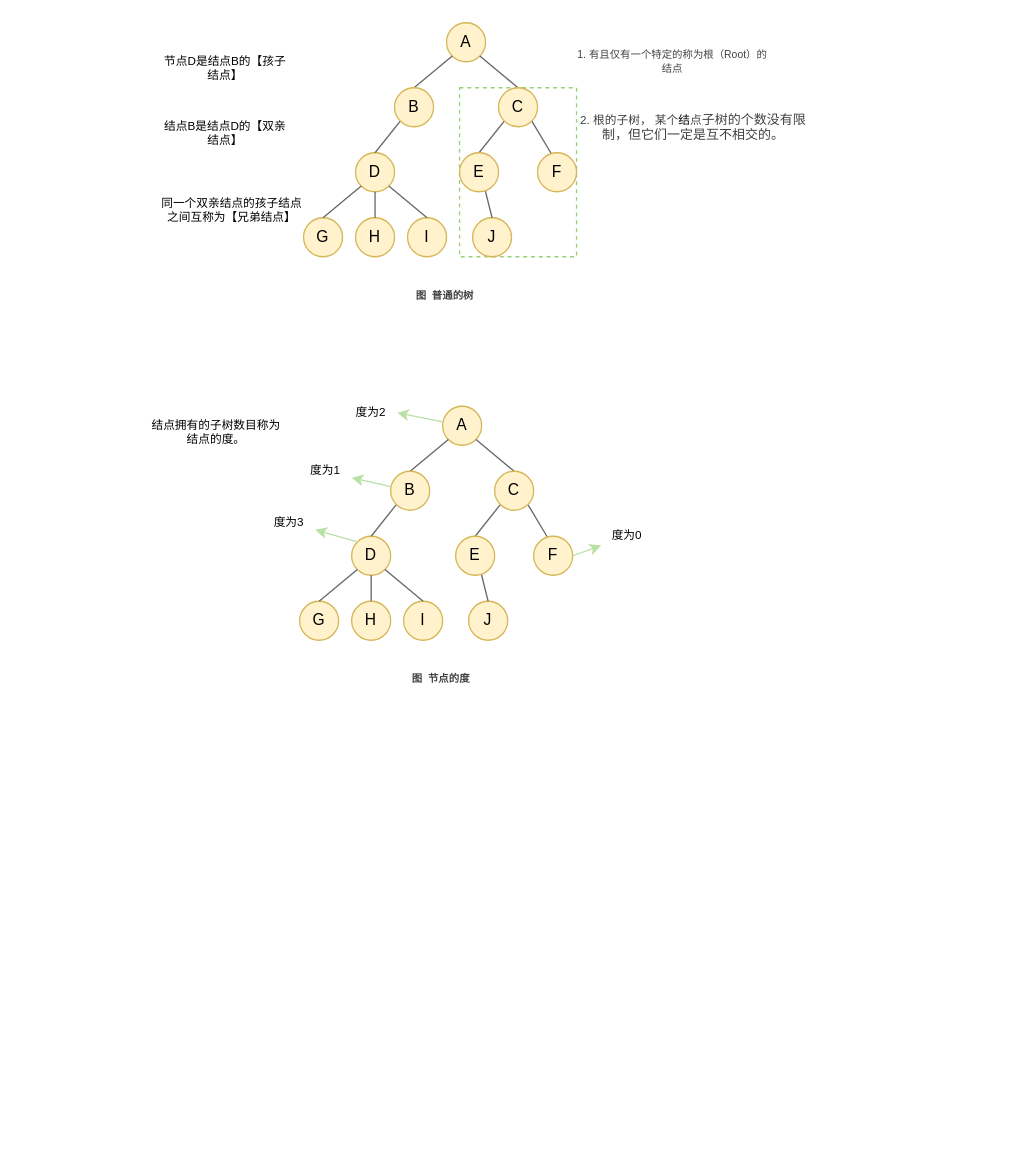
Above: Untitled Diagram.drawio in pandongfeng/diligence (draw.io), before the change. Source tidied: cells renumbered, new cells numbered last; positions are measured from the earlier drawing's top-left corner, leaving out a move shared by most shapes. Both pictures are drawn from the tidied source at 130%, with x=0, y=0 at pixel (147, 22).
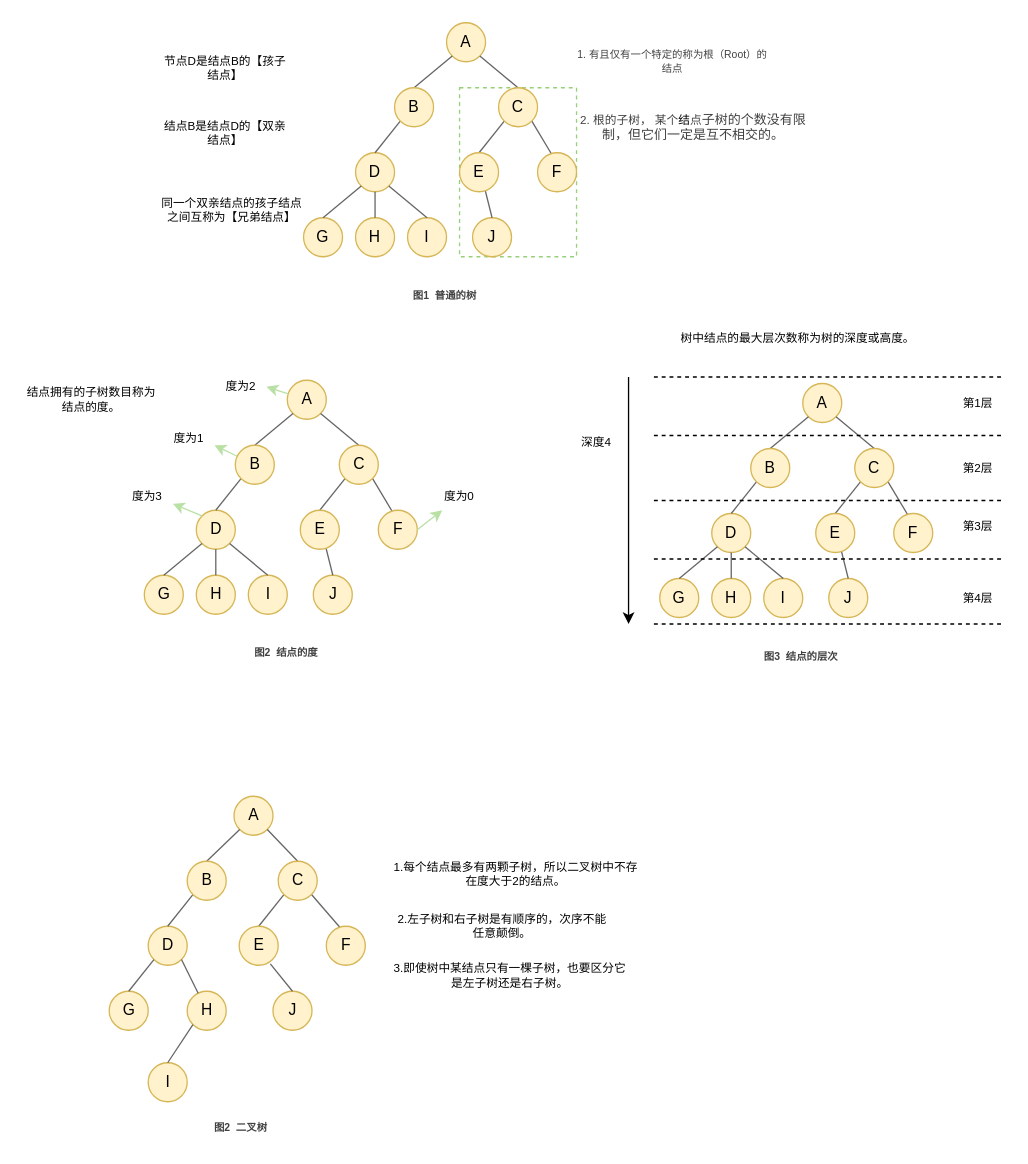
The same diagram, later.

The edit, as a diff of the source:
```diff
@@
-    <mxCell id="23" value="&lt;span style=&quot;color: rgb(64 , 64 , 64) ; font-size: 8px ; font-style: normal ; letter-spacing: normal ; text-indent: 0px ; text-transform: none ; word-spacing: 0px ; background-color: rgb(255 , 255 , 255) ; display: inline ; float: none&quot;&gt;图&amp;nbsp; 普通的树&lt;/span&gt;" style="text;html=1;strokeColor=none;fillColor=none;align=center;verticalAlign=middle;whiteSpace=wrap;rounded=0;fontSize=8;fontStyle=1;" parent="1" vertex="1">
+    <mxCell id="23" value="&lt;span style=&quot;color: rgb(64 , 64 , 64) ; font-size: 8px ; font-style: normal ; letter-spacing: normal ; text-indent: 0px ; text-transform: none ; word-spacing: 0px ; background-color: rgb(255 , 255 , 255) ; display: inline ; float: none&quot;&gt;图1&amp;nbsp; 普通的树&lt;/span&gt;" style="text;html=1;strokeColor=none;fillColor=none;align=center;verticalAlign=middle;whiteSpace=wrap;rounded=0;fontSize=8;fontStyle=1;" parent="1" vertex="1">
       <mxGeometry x="174" y="200" width="110" height="20" as="geometry" />
     </mxCell>
@@
     <mxCell id="29" value="D" style="ellipse;whiteSpace=wrap;html=1;fillColor=#fff2cc;strokeColor=#d6b656;" parent="1" vertex="1">
-      <mxGeometry x="157" y="395" width="30" height="30" as="geometry" />
+      <mxGeometry x="37.5" y="375" width="30" height="30" as="geometry" />
     </mxCell>
     <mxCell id="30" value="A" style="ellipse;whiteSpace=wrap;html=1;fillColor=#fff2cc;strokeColor=#d6b656;" parent="1" vertex="1">
-      <mxGeometry x="227" y="295" width="30" height="30" as="geometry" />
+      <mxGeometry x="107.5" y="275" width="30" height="30" as="geometry" />
     </mxCell>
     <mxCell id="31" value="J" style="ellipse;whiteSpace=wrap;html=1;fillColor=#fff2cc;strokeColor=#d6b656;" parent="1" vertex="1">
-      <mxGeometry x="247" y="445" width="30" height="30" as="geometry" />
+      <mxGeometry x="127.5" y="425" width="30" height="30" as="geometry" />
     </mxCell>
     <mxCell id="32" value="G" style="ellipse;whiteSpace=wrap;html=1;fillColor=#fff2cc;strokeColor=#d6b656;" parent="1" vertex="1">
-      <mxGeometry x="117" y="445" width="30" height="30" as="geometry" />
+      <mxGeometry x="-2.5" y="425" width="30" height="30" as="geometry" />
     </mxCell>
     <mxCell id="33" value="I" style="ellipse;whiteSpace=wrap;html=1;fillColor=#fff2cc;strokeColor=#d6b656;" parent="1" vertex="1">
-      <mxGeometry x="197" y="445" width="30" height="30" as="geometry" />
+      <mxGeometry x="77.5" y="425" width="30" height="30" as="geometry" />
     </mxCell>
     <mxCell id="34" value="H" style="ellipse;whiteSpace=wrap;html=1;fillColor=#fff2cc;strokeColor=#d6b656;" parent="1" vertex="1">
-      <mxGeometry x="157" y="445" width="30" height="30" as="geometry" />
+      <mxGeometry x="37.5" y="425" width="30" height="30" as="geometry" />
     </mxCell>
@@
     <mxCell id="44" value="B" style="ellipse;whiteSpace=wrap;html=1;fillColor=#fff2cc;strokeColor=#d6b656;" parent="1" vertex="1">
-      <mxGeometry x="187" y="345" width="30" height="30" as="geometry" />
+      <mxGeometry x="67.5" y="325" width="30" height="30" as="geometry" />
     </mxCell>
     <mxCell id="45" value="C" style="ellipse;whiteSpace=wrap;html=1;fillColor=#fff2cc;strokeColor=#d6b656;" parent="1" vertex="1">
-      <mxGeometry x="267" y="345" width="30" height="30" as="geometry" />
+      <mxGeometry x="147.5" y="325" width="30" height="30" as="geometry" />
     </mxCell>
     <mxCell id="46" value="E" style="ellipse;whiteSpace=wrap;html=1;fillColor=#fff2cc;strokeColor=#d6b656;" parent="1" vertex="1">
-      <mxGeometry x="237" y="395" width="30" height="30" as="geometry" />
+      <mxGeometry x="117.5" y="375" width="30" height="30" as="geometry" />
     </mxCell>
     <mxCell id="47" value="F" style="ellipse;whiteSpace=wrap;html=1;fillColor=#fff2cc;strokeColor=#d6b656;" parent="1" vertex="1">
-      <mxGeometry x="297" y="395" width="30" height="30" as="geometry" />
+      <mxGeometry x="177.5" y="375" width="30" height="30" as="geometry" />
     </mxCell>
-    <mxCell id="48" value="&lt;span style=&quot;color: rgb(64 , 64 , 64) ; font-size: 8px ; font-style: normal ; letter-spacing: normal ; text-indent: 0px ; text-transform: none ; word-spacing: 0px ; background-color: rgb(255 , 255 , 255) ; display: inline ; float: none&quot;&gt;图&amp;nbsp; 节点的度&lt;/span&gt;" style="text;html=1;strokeColor=none;fillColor=none;align=center;verticalAlign=middle;whiteSpace=wrap;rounded=0;fontSize=8;fontStyle=1;" parent="1" vertex="1">
-      <mxGeometry x="171" y="495" width="110" height="20" as="geometry" />
+    <mxCell id="48" value="&lt;span style=&quot;color: rgb(64 , 64 , 64) ; font-size: 8px ; font-style: normal ; letter-spacing: normal ; text-indent: 0px ; text-transform: none ; word-spacing: 0px ; background-color: rgb(255 , 255 , 255) ; display: inline ; float: none&quot;&gt;图2&amp;nbsp; 结点的度&lt;/span&gt;" style="text;html=1;strokeColor=none;fillColor=none;align=center;verticalAlign=middle;whiteSpace=wrap;rounded=0;fontSize=8;fontStyle=1;" parent="1" vertex="1">
+      <mxGeometry x="51.5" y="475" width="110" height="20" as="geometry" />
     </mxCell>
     <mxCell id="49" value="结点拥有的子树数目称为结点的度。" style="text;html=1;strokeColor=none;fillColor=none;align=center;verticalAlign=middle;whiteSpace=wrap;rounded=0;dashed=1;fontSize=9;" parent="1" vertex="1">
-      <mxGeometry y="295" width="106" height="40" as="geometry" />
+      <mxGeometry x="-96" y="270" width="106" height="40" as="geometry" />
     </mxCell>
     <mxCell id="50" value="度为2" style="text;html=1;strokeColor=none;fillColor=none;align=center;verticalAlign=middle;whiteSpace=wrap;rounded=0;dashed=1;fontSize=9;" parent="1" vertex="1">
-      <mxGeometry x="152" y="290" width="40" height="20" as="geometry" />
+      <mxGeometry x="51.5" y="270" width="40" height="20" as="geometry" />
     </mxCell>
@@
     <mxCell id="52" value="度为1" style="text;html=1;strokeColor=none;fillColor=none;align=center;verticalAlign=middle;whiteSpace=wrap;rounded=0;dashed=1;fontSize=9;" parent="1" vertex="1">
-      <mxGeometry x="117" y="335" width="40" height="20" as="geometry" />
+      <mxGeometry x="11.5" y="310" width="40" height="20" as="geometry" />
     </mxCell>
@@
     <mxCell id="55" value="度为3" style="text;html=1;strokeColor=none;fillColor=none;align=center;verticalAlign=middle;whiteSpace=wrap;rounded=0;dashed=1;fontSize=9;" parent="1" vertex="1">
-      <mxGeometry x="89" y="375" width="40" height="20" as="geometry" />
+      <mxGeometry x="-20.5" y="355" width="40" height="20" as="geometry" />
     </mxCell>
     <mxCell id="56" value="度为0" style="text;html=1;strokeColor=none;fillColor=none;align=center;verticalAlign=middle;whiteSpace=wrap;rounded=0;dashed=1;fontSize=9;" parent="1" vertex="1">
-      <mxGeometry x="349" y="385" width="40" height="20" as="geometry" />
+      <mxGeometry x="219.5" y="355" width="40" height="20" as="geometry" />
     </mxCell>
@@
+    <mxCell id="59" value="D" style="ellipse;whiteSpace=wrap;html=1;fillColor=#fff2cc;strokeColor=#d6b656;" parent="1" vertex="1">
+      <mxGeometry x="434" y="377.5" width="30" height="30" as="geometry" />
+    </mxCell>
+    <mxCell id="60" value="A" style="ellipse;whiteSpace=wrap;html=1;fillColor=#fff2cc;strokeColor=#d6b656;" parent="1" vertex="1">
+      <mxGeometry x="504" y="277.5" width="30" height="30" as="geometry" />
+    </mxCell>
+    <mxCell id="61" value="J" style="ellipse;whiteSpace=wrap;html=1;fillColor=#fff2cc;strokeColor=#d6b656;" parent="1" vertex="1">
+      <mxGeometry x="524" y="427.5" width="30" height="30" as="geometry" />
+    </mxCell>
+    <mxCell id="62" value="G" style="ellipse;whiteSpace=wrap;html=1;fillColor=#fff2cc;strokeColor=#d6b656;" parent="1" vertex="1">
+      <mxGeometry x="394" y="427.5" width="30" height="30" as="geometry" />
+    </mxCell>
+    <mxCell id="63" value="I" style="ellipse;whiteSpace=wrap;html=1;fillColor=#fff2cc;strokeColor=#d6b656;" parent="1" vertex="1">
+      <mxGeometry x="474" y="427.5" width="30" height="30" as="geometry" />
+    </mxCell>
+    <mxCell id="64" value="H" style="ellipse;whiteSpace=wrap;html=1;fillColor=#fff2cc;strokeColor=#d6b656;" parent="1" vertex="1">
+      <mxGeometry x="434" y="427.5" width="30" height="30" as="geometry" />
+    </mxCell>
+    <mxCell id="65" style="endArrow=none;html=1;entryX=1;entryY=1;entryDx=0;entryDy=0;exitX=0.5;exitY=0;exitDx=0;exitDy=0;strokeWidth=1;strokeColor=#666666;" parent="1" edge="1" source="75" target="60">
+      <mxGeometry relative="1" as="geometry" />
+    </mxCell>
+    <mxCell id="66" style="endArrow=none;html=1;entryX=0;entryY=1;entryDx=0;entryDy=0;exitX=0.5;exitY=0;exitDx=0;exitDy=0;strokeColor=#666666;strokeWidth=1;" parent="1" edge="1" source="74" target="60">
+      <mxGeometry relative="1" as="geometry" />
+    </mxCell>
+    <mxCell id="67" style="endArrow=none;html=1;entryX=0;entryY=1;entryDx=0;entryDy=0;exitX=0.5;exitY=0;exitDx=0;exitDy=0;strokeColor=#666666;strokeWidth=1;" parent="1" edge="1" source="59" target="74">
+      <mxGeometry relative="1" as="geometry" />
+    </mxCell>
+    <mxCell id="68" style="endArrow=none;html=1;entryX=1;entryY=1;entryDx=0;entryDy=0;exitX=0.369;exitY=0.051;exitDx=0;exitDy=0;strokeColor=#666666;strokeWidth=1;exitPerimeter=0;" parent="1" edge="1" source="77" target="75">
+      <mxGeometry relative="1" as="geometry" />
+    </mxCell>
+    <mxCell id="69" style="endArrow=none;html=1;exitX=0.5;exitY=0;exitDx=0;exitDy=0;strokeColor=#666666;strokeWidth=1;entryX=0;entryY=1;entryDx=0;entryDy=0;" parent="1" edge="1" source="76" target="75">
+      <mxGeometry relative="1" as="geometry" />
+    </mxCell>
+    <mxCell id="70" style="endArrow=none;html=1;entryX=0;entryY=1;entryDx=0;entryDy=0;exitX=0.5;exitY=0;exitDx=0;exitDy=0;strokeColor=#666666;strokeWidth=1;" parent="1" edge="1" source="62" target="59">
+      <mxGeometry relative="1" as="geometry" />
+    </mxCell>
+    <mxCell id="71" style="endArrow=none;html=1;entryX=0.5;entryY=1;entryDx=0;entryDy=0;strokeColor=#666666;strokeWidth=1;" parent="1" edge="1" source="64" target="59">
+      <mxGeometry relative="1" as="geometry" />
+    </mxCell>
+    <mxCell id="72" style="endArrow=none;html=1;entryX=1;entryY=1;entryDx=0;entryDy=0;exitX=0.5;exitY=0;exitDx=0;exitDy=0;strokeColor=#666666;strokeWidth=1;" parent="1" edge="1" source="63" target="59">
+      <mxGeometry relative="1" as="geometry" />
+    </mxCell>
+    <mxCell id="73" style="endArrow=none;html=1;exitX=0.5;exitY=0;exitDx=0;exitDy=0;strokeColor=#666666;strokeWidth=1;entryX=0.662;entryY=0.981;entryDx=0;entryDy=0;entryPerimeter=0;" parent="1" edge="1" source="61" target="76">
+      <mxGeometry relative="1" as="geometry" />
+    </mxCell>
+    <mxCell id="74" value="B" style="ellipse;whiteSpace=wrap;html=1;fillColor=#fff2cc;strokeColor=#d6b656;" parent="1" vertex="1">
+      <mxGeometry x="464" y="327.5" width="30" height="30" as="geometry" />
+    </mxCell>
+    <mxCell id="75" value="C" style="ellipse;whiteSpace=wrap;html=1;fillColor=#fff2cc;strokeColor=#d6b656;" parent="1" vertex="1">
+      <mxGeometry x="544" y="327.5" width="30" height="30" as="geometry" />
+    </mxCell>
+    <mxCell id="76" value="E" style="ellipse;whiteSpace=wrap;html=1;fillColor=#fff2cc;strokeColor=#d6b656;" parent="1" vertex="1">
+      <mxGeometry x="514" y="377.5" width="30" height="30" as="geometry" />
+    </mxCell>
+    <mxCell id="77" value="F" style="ellipse;whiteSpace=wrap;html=1;fillColor=#fff2cc;strokeColor=#d6b656;" parent="1" vertex="1">
+      <mxGeometry x="574" y="377.5" width="30" height="30" as="geometry" />
+    </mxCell>
+    <mxCell id="78" value="&lt;span style=&quot;color: rgb(64 , 64 , 64) ; font-size: 8px ; font-style: normal ; letter-spacing: normal ; text-indent: 0px ; text-transform: none ; word-spacing: 0px ; background-color: rgb(255 , 255 , 255) ; display: inline ; float: none&quot;&gt;图3&amp;nbsp; 结点的层次&lt;/span&gt;" style="text;html=1;strokeColor=none;fillColor=none;align=center;verticalAlign=middle;whiteSpace=wrap;rounded=0;fontSize=8;fontStyle=1;" parent="1" vertex="1">
+      <mxGeometry x="448" y="477.5" width="110" height="20" as="geometry" />
+    </mxCell>
+    <mxCell id="79" value="第1层" style="text;html=1;strokeColor=none;fillColor=none;align=center;verticalAlign=middle;whiteSpace=wrap;rounded=0;dashed=1;fontSize=9;" parent="1" vertex="1">
+      <mxGeometry x="618.5" y="282.5" width="40" height="20" as="geometry" />
+    </mxCell>
+    <mxCell id="80" value="第2层" style="text;html=1;strokeColor=none;fillColor=none;align=center;verticalAlign=middle;whiteSpace=wrap;rounded=0;dashed=1;fontSize=9;" parent="1" vertex="1">
+      <mxGeometry x="618.5" y="332.5" width="40" height="20" as="geometry" />
+    </mxCell>
+    <mxCell id="81" style="edgeStyle=none;rounded=0;orthogonalLoop=1;jettySize=auto;html=1;exitX=1;exitY=0.5;exitDx=0;exitDy=0;strokeColor=#B9E0A5;strokeWidth=1;fontSize=9;" parent="1" edge="1" source="78" target="78">
+      <mxGeometry relative="1" as="geometry" />
+    </mxCell>
+    <mxCell id="82" value="第4层" style="text;html=1;strokeColor=none;fillColor=none;align=center;verticalAlign=middle;whiteSpace=wrap;rounded=0;dashed=1;fontSize=9;" parent="1" vertex="1">
+      <mxGeometry x="618.5" y="432.5" width="40" height="20" as="geometry" />
+    </mxCell>
+    <mxCell id="83" value="第3层" style="text;html=1;strokeColor=none;fillColor=none;align=center;verticalAlign=middle;whiteSpace=wrap;rounded=0;dashed=1;fontSize=9;" parent="1" vertex="1">
+      <mxGeometry x="618.5" y="377.5" width="40" height="20" as="geometry" />
+    </mxCell>
+    <mxCell id="84" style="endArrow=none;dashed=1;html=1;strokeWidth=1;fontSize=9;" parent="1" edge="1">
+      <mxGeometry relative="1" as="geometry">
+        <mxPoint x="389.5" y="317.5" as="sourcePoint" />
+        <mxPoint x="659.5" y="317.5" as="targetPoint" />
+      </mxGeometry>
+    </mxCell>
+    <mxCell id="85" style="endArrow=none;dashed=1;html=1;strokeWidth=1;fontSize=9;" parent="1" edge="1">
+      <mxGeometry relative="1" as="geometry">
+        <mxPoint x="389.5" y="367.5" as="sourcePoint" />
+        <mxPoint x="658.5" y="367.5" as="targetPoint" />
+      </mxGeometry>
+    </mxCell>
+    <mxCell id="86" style="endArrow=none;dashed=1;html=1;strokeWidth=1;fontSize=9;" parent="1" edge="1">
+      <mxGeometry relative="1" as="geometry">
+        <mxPoint x="389.5" y="412.5" as="sourcePoint" />
+        <mxPoint x="659.5" y="412.5" as="targetPoint" />
+      </mxGeometry>
+    </mxCell>
+    <mxCell id="87" style="endArrow=none;dashed=1;html=1;strokeWidth=1;fontSize=9;" parent="1" edge="1">
+      <mxGeometry relative="1" as="geometry">
+        <mxPoint x="389.5" y="462.5" as="sourcePoint" />
+        <mxPoint x="659.5" y="462.5" as="targetPoint" />
+      </mxGeometry>
+    </mxCell>
+    <mxCell id="88" style="endArrow=none;dashed=1;html=1;strokeWidth=1;fontSize=9;" parent="1" edge="1">
+      <mxGeometry relative="1" as="geometry">
+        <mxPoint x="389.5" y="272.5" as="sourcePoint" />
+        <mxPoint x="659.5" y="272.5" as="targetPoint" />
+      </mxGeometry>
+    </mxCell>
+    <mxCell id="89" style="endArrow=classic;html=1;strokeColor=#000000;strokeWidth=1;fontSize=9;" parent="1" edge="1">
+      <mxGeometry relative="1" as="geometry">
+        <mxPoint x="370" y="272.5" as="sourcePoint" />
+        <mxPoint x="370" y="462.5" as="targetPoint" />
+      </mxGeometry>
+    </mxCell>
+    <mxCell id="90" value="深度4" style="text;html=1;align=center;verticalAlign=middle;fontSize=9;" parent="1" vertex="1">
+      <mxGeometry x="320" y="312.5" width="50" height="20" as="geometry" />
+    </mxCell>
+    <mxCell id="91" value="树中结点的最大层次数称为树的深度或高度。" style="text;html=1;align=center;verticalAlign=middle;fontSize=9;" parent="1" vertex="1">
+      <mxGeometry x="370" y="232.5" width="260" height="20" as="geometry" />
+    </mxCell>
+    <mxCell id="92" value="D" style="ellipse;whiteSpace=wrap;html=1;fillColor=#fff2cc;strokeColor=#d6b656;" parent="1" vertex="1">
+      <mxGeometry x="0.5" y="695" width="30" height="30" as="geometry" />
+    </mxCell>
+    <mxCell id="93" value="A" style="ellipse;whiteSpace=wrap;html=1;fillColor=#fff2cc;strokeColor=#d6b656;" parent="1" vertex="1">
+      <mxGeometry x="66.5" y="595" width="30" height="30" as="geometry" />
+    </mxCell>
+    <mxCell id="94" value="J" style="ellipse;whiteSpace=wrap;html=1;fillColor=#fff2cc;strokeColor=#d6b656;" parent="1" vertex="1">
+      <mxGeometry x="96.5" y="745" width="30" height="30" as="geometry" />
+    </mxCell>
+    <mxCell id="95" value="G" style="ellipse;whiteSpace=wrap;html=1;fillColor=#fff2cc;strokeColor=#d6b656;" parent="1" vertex="1">
+      <mxGeometry x="-29.5" y="745" width="30" height="30" as="geometry" />
+    </mxCell>
+    <mxCell id="96" value="I" style="ellipse;whiteSpace=wrap;html=1;fillColor=#fff2cc;strokeColor=#d6b656;" parent="1" vertex="1">
+      <mxGeometry x="0.5" y="800" width="30" height="30" as="geometry" />
+    </mxCell>
+    <mxCell id="97" value="H" style="ellipse;whiteSpace=wrap;html=1;fillColor=#fff2cc;strokeColor=#d6b656;" parent="1" vertex="1">
+      <mxGeometry x="30.5" y="745" width="30" height="30" as="geometry" />
+    </mxCell>
+    <mxCell id="98" style="endArrow=none;html=1;entryX=1;entryY=1;entryDx=0;entryDy=0;exitX=0.5;exitY=0;exitDx=0;exitDy=0;strokeWidth=1;strokeColor=#666666;" parent="1" edge="1" source="108" target="93">
+      <mxGeometry relative="1" as="geometry" />
+    </mxCell>
+    <mxCell id="99" style="endArrow=none;html=1;entryX=0;entryY=1;entryDx=0;entryDy=0;exitX=0.5;exitY=0;exitDx=0;exitDy=0;strokeColor=#666666;strokeWidth=1;" parent="1" edge="1" source="107" target="93">
+      <mxGeometry relative="1" as="geometry" />
+    </mxCell>
+    <mxCell id="100" style="endArrow=none;html=1;entryX=0;entryY=1;entryDx=0;entryDy=0;exitX=0.5;exitY=0;exitDx=0;exitDy=0;strokeColor=#666666;strokeWidth=1;" parent="1" edge="1" source="92" target="107">
+      <mxGeometry relative="1" as="geometry" />
+    </mxCell>
+    <mxCell id="101" style="endArrow=none;html=1;entryX=1;entryY=1;entryDx=0;entryDy=0;exitX=0.369;exitY=0.051;exitDx=0;exitDy=0;strokeColor=#666666;strokeWidth=1;exitPerimeter=0;" parent="1" edge="1" source="110" target="108">
+      <mxGeometry relative="1" as="geometry" />
+    </mxCell>
+    <mxCell id="102" style="endArrow=none;html=1;exitX=0.5;exitY=0;exitDx=0;exitDy=0;strokeColor=#666666;strokeWidth=1;entryX=0;entryY=1;entryDx=0;entryDy=0;" parent="1" edge="1" source="109" target="108">
+      <mxGeometry relative="1" as="geometry" />
+    </mxCell>
+    <mxCell id="103" style="endArrow=none;html=1;entryX=0;entryY=1;entryDx=0;entryDy=0;exitX=0.5;exitY=0;exitDx=0;exitDy=0;strokeColor=#666666;strokeWidth=1;" parent="1" edge="1" source="95" target="92">
+      <mxGeometry relative="1" as="geometry" />
+    </mxCell>
+    <mxCell id="104" style="endArrow=none;html=1;entryX=1;entryY=1;entryDx=0;entryDy=0;strokeColor=#666666;strokeWidth=1;" parent="1" edge="1" source="97" target="92">
+      <mxGeometry relative="1" as="geometry" />
+    </mxCell>
+    <mxCell id="105" style="endArrow=none;html=1;entryX=0;entryY=1;entryDx=0;entryDy=0;exitX=0.5;exitY=0;exitDx=0;exitDy=0;strokeColor=#666666;strokeWidth=1;" parent="1" edge="1" source="96" target="97">
+      <mxGeometry relative="1" as="geometry" />
+    </mxCell>
+    <mxCell id="106" style="endArrow=none;html=1;exitX=0.5;exitY=0;exitDx=0;exitDy=0;strokeColor=#666666;strokeWidth=1;entryX=0.798;entryY=0.967;entryDx=0;entryDy=0;entryPerimeter=0;" parent="1" edge="1" source="94" target="109">
+      <mxGeometry relative="1" as="geometry" />
+    </mxCell>
+    <mxCell id="107" value="B" style="ellipse;whiteSpace=wrap;html=1;fillColor=#fff2cc;strokeColor=#d6b656;" parent="1" vertex="1">
+      <mxGeometry x="30.5" y="645" width="30" height="30" as="geometry" />
+    </mxCell>
+    <mxCell id="108" value="C" style="ellipse;whiteSpace=wrap;html=1;fillColor=#fff2cc;strokeColor=#d6b656;" parent="1" vertex="1">
+      <mxGeometry x="100.5" y="645" width="30" height="30" as="geometry" />
+    </mxCell>
+    <mxCell id="109" value="E" style="ellipse;whiteSpace=wrap;html=1;fillColor=#fff2cc;strokeColor=#d6b656;" parent="1" vertex="1">
+      <mxGeometry x="70.5" y="695" width="30" height="30" as="geometry" />
+    </mxCell>
+    <mxCell id="110" value="F" style="ellipse;whiteSpace=wrap;html=1;fillColor=#fff2cc;strokeColor=#d6b656;" parent="1" vertex="1">
+      <mxGeometry x="137.5" y="695" width="30" height="30" as="geometry" />
+    </mxCell>
+    <mxCell id="111" value="&lt;span style=&quot;color: rgb(64 , 64 , 64) ; font-size: 8px ; font-style: normal ; letter-spacing: normal ; text-indent: 0px ; text-transform: none ; word-spacing: 0px ; background-color: rgb(255 , 255 , 255) ; display: inline ; float: none&quot;&gt;图2&amp;nbsp; 二叉树&lt;/span&gt;" style="text;html=1;strokeColor=none;fillColor=none;align=center;verticalAlign=middle;whiteSpace=wrap;rounded=0;fontSize=8;fontStyle=1;" parent="1" vertex="1">
+      <mxGeometry x="16.5" y="840" width="110" height="20" as="geometry" />
+    </mxCell>
+    <mxCell id="112" style="edgeStyle=none;rounded=0;orthogonalLoop=1;jettySize=auto;html=1;exitX=1;exitY=0.5;exitDx=0;exitDy=0;strokeColor=#B9E0A5;strokeWidth=1;fontSize=9;" parent="1" edge="1" source="111" target="111">
+      <mxGeometry relative="1" as="geometry" />
+    </mxCell>
+    <mxCell id="113" value="&lt;span&gt;1.每个结点最多有两颗子树，&lt;/span&gt;&lt;span&gt;所以二叉树中不存在度大于2的结点。&lt;/span&gt;" style="text;html=1;strokeColor=none;fillColor=none;align=center;verticalAlign=middle;whiteSpace=wrap;rounded=0;dashed=1;fontSize=9;" parent="1" vertex="1">
+      <mxGeometry x="185" y="640" width="196.5" height="30" as="geometry" />
+    </mxCell>
+    <mxCell id="114" value="&lt;span&gt;2.左子树和右子树是有顺序的，次序不能任意颠倒。&lt;/span&gt;" style="text;html=1;strokeColor=none;fillColor=none;align=center;verticalAlign=middle;whiteSpace=wrap;rounded=0;dashed=1;fontSize=9;" parent="1" vertex="1">
+      <mxGeometry x="187.5" y="685" width="170" height="20" as="geometry" />
+    </mxCell>
+    <mxCell id="115" value="&lt;span&gt;3.即使树中某结点只有一棵子树，也要区分它是左子树还是右子树。&lt;/span&gt;" style="text;html=1;strokeColor=none;fillColor=none;align=center;verticalAlign=middle;whiteSpace=wrap;rounded=0;dashed=1;fontSize=9;" parent="1" vertex="1">
+      <mxGeometry x="185" y="710" width="187.5" height="45" as="geometry" />
+    </mxCell>
```
